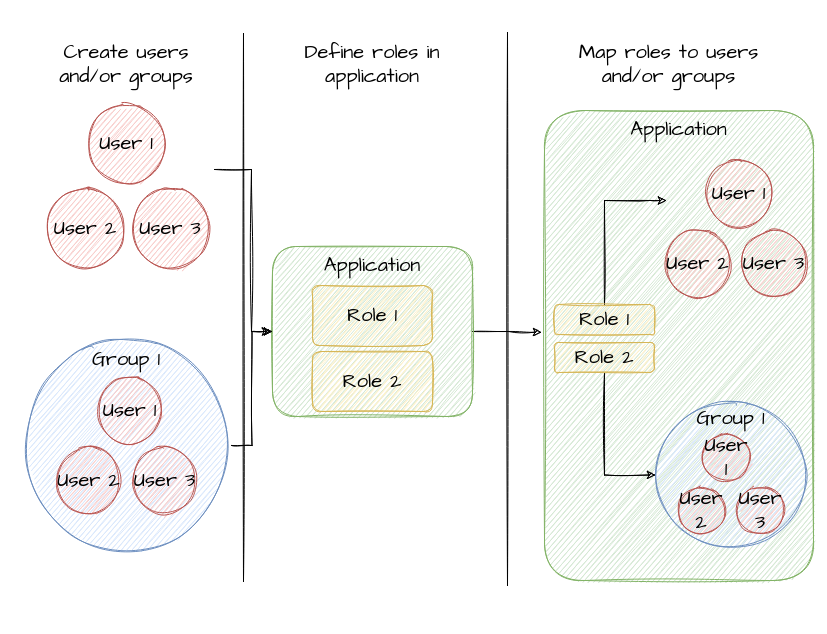
Earlier version of the draw.io export img/img48-light.png (dariodenardi/Sistemi-Distribuiti-M). Source tidied: cells renumbered, new cells last; positions are measured from the earlier drawing's top-left corner, leaving out a move shared by most shapes.
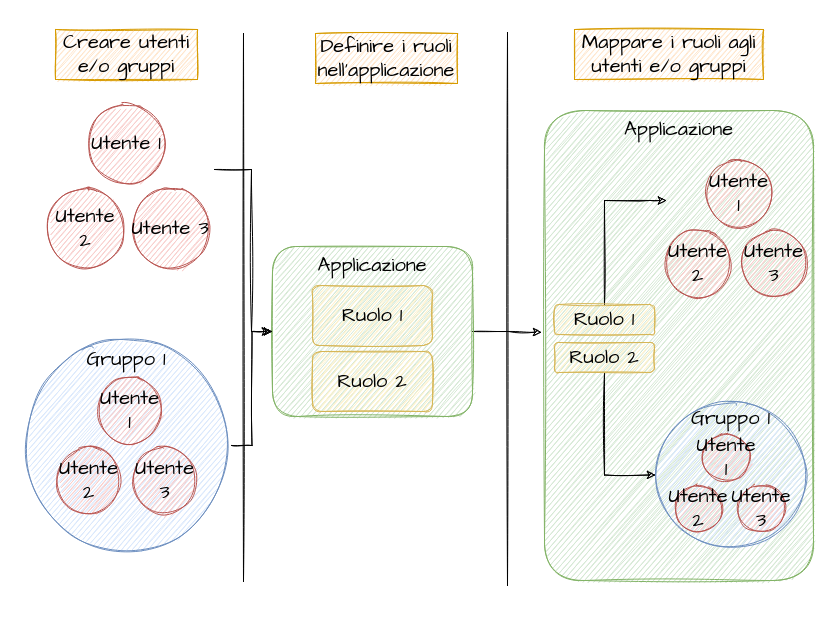
After the commit.

Change to the diagram source:
```diff
@@ -5,7 +5,7 @@
     <mxCell id="2" style="edgeStyle=orthogonalEdgeStyle;rounded=0;sketch=1;jettySize=auto;html=1;entryX=-0.011;entryY=0.472;entryDx=0;entryDy=0;entryPerimeter=0;fontFamily=Architects Daughter;fontSource=https%3A%2F%2Ffonts.googleapis.com%2Fcss%3Ffamily%3DArchitects%2BDaughter;fontSize=20;" parent="1" edge="1" source="3" target="17">
       <mxGeometry relative="1" as="geometry" />
     </mxCell>
-    <mxCell id="3" value="Application" style="rounded=1;whiteSpace=wrap;html=1;sketch=1;hachureGap=4;fontFamily=Architects Daughter;fontSource=https%3A%2F%2Ffonts.googleapis.com%2Fcss%3Ffamily%3DArchitects%2BDaughter;fontSize=20;verticalAlign=top;fillColor=#d5e8d4;strokeColor=#82b366;" parent="1" vertex="1">
+    <mxCell id="3" value="Applicazione" style="rounded=1;whiteSpace=wrap;html=1;sketch=1;hachureGap=4;fontFamily=Architects Daughter;fontSource=https%3A%2F%2Ffonts.googleapis.com%2Fcss%3Ffamily%3DArchitects%2BDaughter;fontSize=20;verticalAlign=top;fillColor=#d5e8d4;strokeColor=#82b366;" parent="1" vertex="1">
       <mxGeometry x="251" y="214" width="200" height="170" as="geometry" />
     </mxCell>
     <mxCell id="4" style="endArrow=none;html=1;rounded=0;sketch=1;" parent="1" edge="1">
@@ -20,10 +20,10 @@
         <mxPoint x="486" as="targetPoint" />
       </mxGeometry>
     </mxCell>
-    <mxCell id="6" value="User 1" style="ellipse;whiteSpace=wrap;html=1;sketch=1;fontSize=20;fontFamily=Architects Daughter;fontSource=https%3A%2F%2Ffonts.googleapis.com%2Fcss%3Ffamily%3DArchitects%2BDaughter;fillColor=#f8cecc;strokeColor=#b85450;" parent="1" vertex="1">
+    <mxCell id="6" value="Utente 1" style="ellipse;whiteSpace=wrap;html=1;sketch=1;fontSize=20;fontFamily=Architects Daughter;fontSource=https%3A%2F%2Ffonts.googleapis.com%2Fcss%3Ffamily%3DArchitects%2BDaughter;fillColor=#f8cecc;strokeColor=#b85450;" parent="1" vertex="1">
       <mxGeometry x="65" y="71" width="80" height="80" as="geometry" />
     </mxCell>
-    <mxCell id="7" value="User 2" style="ellipse;whiteSpace=wrap;html=1;sketch=1;fontSize=20;fontFamily=Architects Daughter;fontSource=https%3A%2F%2Ffonts.googleapis.com%2Fcss%3Ffamily%3DArchitects%2BDaughter;fillColor=#f8cecc;strokeColor=#b85450;" parent="1" vertex="1">
+    <mxCell id="7" value="Utente 2" style="ellipse;whiteSpace=wrap;html=1;sketch=1;fontSize=20;fontFamily=Architects Daughter;fontSource=https%3A%2F%2Ffonts.googleapis.com%2Fcss%3Ffamily%3DArchitects%2BDaughter;fillColor=#f8cecc;strokeColor=#b85450;" parent="1" vertex="1">
       <mxGeometry x="24" y="156" width="80" height="80" as="geometry" />
     </mxCell>
     <mxCell id="8" style="edgeStyle=orthogonalEdgeStyle;rounded=0;sketch=1;orthogonalLoop=1;jettySize=auto;html=1;fontFamily=Architects Daughter;fontSource=https%3A%2F%2Ffonts.googleapis.com%2Fcss%3Ffamily%3DArchitects%2BDaughter;fontSize=20;" parent="1" edge="1">
@@ -36,41 +36,41 @@
         </Array>
       </mxGeometry>
     </mxCell>
-    <mxCell id="9" value="User 3" style="ellipse;whiteSpace=wrap;html=1;sketch=1;fontSize=20;fontFamily=Architects Daughter;fontSource=https%3A%2F%2Ffonts.googleapis.com%2Fcss%3Ffamily%3DArchitects%2BDaughter;fillColor=#f8cecc;strokeColor=#b85450;" parent="1" vertex="1">
+    <mxCell id="9" value="Utente 3" style="ellipse;whiteSpace=wrap;html=1;sketch=1;fontSize=20;fontFamily=Architects Daughter;fontSource=https%3A%2F%2Ffonts.googleapis.com%2Fcss%3Ffamily%3DArchitects%2BDaughter;fillColor=#f8cecc;strokeColor=#b85450;" parent="1" vertex="1">
       <mxGeometry x="109" y="156" width="80" height="80" as="geometry" />
     </mxCell>
     <mxCell id="10" style="edgeStyle=orthogonalEdgeStyle;rounded=0;sketch=1;jettySize=auto;html=1;entryX=0;entryY=0.5;entryDx=0;entryDy=0;fontFamily=Architects Daughter;fontSource=https%3A%2F%2Ffonts.googleapis.com%2Fcss%3Ffamily%3DArchitects%2BDaughter;fontSize=20;" parent="1" edge="1" source="11" target="3">
       <mxGeometry relative="1" as="geometry" />
     </mxCell>
-    <mxCell id="11" value="Group 1" style="ellipse;whiteSpace=wrap;html=1;sketch=1;fontFamily=Architects Daughter;fontSource=https%3A%2F%2Ffonts.googleapis.com%2Fcss%3Ffamily%3DArchitects%2BDaughter;fontSize=20;verticalAlign=top;fillColor=#dae8fc;strokeColor=#6c8ebf;" parent="1" vertex="1">
+    <mxCell id="11" value="Gruppo 1" style="ellipse;whiteSpace=wrap;html=1;sketch=1;fontFamily=Architects Daughter;fontSource=https%3A%2F%2Ffonts.googleapis.com%2Fcss%3Ffamily%3DArchitects%2BDaughter;fontSize=20;verticalAlign=top;fillColor=#dae8fc;strokeColor=#6c8ebf;" parent="1" vertex="1">
       <mxGeometry y="308" width="210" height="210" as="geometry" />
     </mxCell>
-    <mxCell id="12" value="User 1" style="ellipse;whiteSpace=wrap;html=1;sketch=1;fontSize=20;fontFamily=Architects Daughter;fontSource=https%3A%2F%2Ffonts.googleapis.com%2Fcss%3Ffamily%3DArchitects%2BDaughter;fillColor=#f8cecc;strokeColor=#b85450;" parent="1" vertex="1">
+    <mxCell id="12" value="Utente 1" style="ellipse;whiteSpace=wrap;html=1;sketch=1;fontSize=20;fontFamily=Architects Daughter;fontSource=https%3A%2F%2Ffonts.googleapis.com%2Fcss%3Ffamily%3DArchitects%2BDaughter;fillColor=#f8cecc;strokeColor=#b85450;" parent="1" vertex="1">
       <mxGeometry x="75.5" y="345.5" width="65" height="65" as="geometry" />
     </mxCell>
-    <mxCell id="13" value="User 2" style="ellipse;whiteSpace=wrap;html=1;sketch=1;fontSize=20;fontFamily=Architects Daughter;fontSource=https%3A%2F%2Ffonts.googleapis.com%2Fcss%3Ffamily%3DArchitects%2BDaughter;fillColor=#f8cecc;strokeColor=#b85450;" parent="1" vertex="1">
+    <mxCell id="13" value="Utente 2" style="ellipse;whiteSpace=wrap;html=1;sketch=1;fontSize=20;fontFamily=Architects Daughter;fontSource=https%3A%2F%2Ffonts.googleapis.com%2Fcss%3Ffamily%3DArchitects%2BDaughter;fillColor=#f8cecc;strokeColor=#b85450;" parent="1" vertex="1">
       <mxGeometry x="34.5" y="415.5" width="65" height="65" as="geometry" />
     </mxCell>
-    <mxCell id="14" value="User 3" style="ellipse;whiteSpace=wrap;html=1;sketch=1;fontSize=20;fontFamily=Architects Daughter;fontSource=https%3A%2F%2Ffonts.googleapis.com%2Fcss%3Ffamily%3DArchitects%2BDaughter;fillColor=#f8cecc;strokeColor=#b85450;" parent="1" vertex="1">
+    <mxCell id="14" value="Utente 3" style="ellipse;whiteSpace=wrap;html=1;sketch=1;fontSize=20;fontFamily=Architects Daughter;fontSource=https%3A%2F%2Ffonts.googleapis.com%2Fcss%3Ffamily%3DArchitects%2BDaughter;fillColor=#f8cecc;strokeColor=#b85450;" parent="1" vertex="1">
       <mxGeometry x="110.5" y="415.5" width="65" height="65" as="geometry" />
     </mxCell>
-    <mxCell id="15" value="Role 1" style="rounded=1;whiteSpace=wrap;html=1;sketch=1;fontFamily=Architects Daughter;fontSource=https%3A%2F%2Ffonts.googleapis.com%2Fcss%3Ffamily%3DArchitects%2BDaughter;fontSize=20;fillColor=#fff2cc;strokeColor=#d6b656;" parent="1" vertex="1">
+    <mxCell id="15" value="Ruolo 1" style="rounded=1;whiteSpace=wrap;html=1;sketch=1;fontFamily=Architects Daughter;fontSource=https%3A%2F%2Ffonts.googleapis.com%2Fcss%3Ffamily%3DArchitects%2BDaughter;fontSize=20;fillColor=#fff2cc;strokeColor=#d6b656;" parent="1" vertex="1">
       <mxGeometry x="291" y="253" width="120" height="60" as="geometry" />
     </mxCell>
-    <mxCell id="16" value="Role 2" style="rounded=1;whiteSpace=wrap;html=1;sketch=1;fontFamily=Architects Daughter;fontSource=https%3A%2F%2Ffonts.googleapis.com%2Fcss%3Ffamily%3DArchitects%2BDaughter;fontSize=20;fillColor=#fff2cc;strokeColor=#d6b656;" parent="1" vertex="1">
+    <mxCell id="16" value="Ruolo 2" style="rounded=1;whiteSpace=wrap;html=1;sketch=1;fontFamily=Architects Daughter;fontSource=https%3A%2F%2Ffonts.googleapis.com%2Fcss%3Ffamily%3DArchitects%2BDaughter;fontSize=20;fillColor=#fff2cc;strokeColor=#d6b656;" parent="1" vertex="1">
       <mxGeometry x="291" y="319" width="120" height="60" as="geometry" />
     </mxCell>
-    <mxCell id="17" value="Application" style="rounded=1;whiteSpace=wrap;html=1;sketch=1;hachureGap=4;fontFamily=Architects Daughter;fontSource=https%3A%2F%2Ffonts.googleapis.com%2Fcss%3Ffamily%3DArchitects%2BDaughter;fontSize=20;verticalAlign=top;fillColor=#d5e8d4;strokeColor=#82b366;" parent="1" vertex="1">
+    <mxCell id="17" value="Applicazione" style="rounded=1;whiteSpace=wrap;html=1;sketch=1;hachureGap=4;fontFamily=Architects Daughter;fontSource=https%3A%2F%2Ffonts.googleapis.com%2Fcss%3Ffamily%3DArchitects%2BDaughter;fontSize=20;verticalAlign=top;fillColor=#d5e8d4;strokeColor=#82b366;" parent="1" vertex="1">
       <mxGeometry x="523" y="78" width="269" height="470" as="geometry" />
     </mxCell>
-    <mxCell id="18" value="Create users and/or groups" style="text;html=1;strokeColor=none;fillColor=none;align=center;verticalAlign=middle;whiteSpace=wrap;rounded=0;sketch=1;fontFamily=Architects Daughter;fontSource=https%3A%2F%2Ffonts.googleapis.com%2Fcss%3Ffamily%3DArchitects%2BDaughter;fontSize=20;" parent="1" vertex="1">
-      <mxGeometry x="34" y="17" width="142" height="30" as="geometry" />
+    <mxCell id="18" value="Creare utenti e/o gruppi" style="text;html=1;strokeColor=#d79b00;fillColor=#ffe6cc;align=center;verticalAlign=middle;whiteSpace=wrap;rounded=0;sketch=1;fontFamily=Architects Daughter;fontSource=https%3A%2F%2Ffonts.googleapis.com%2Fcss%3Ffamily%3DArchitects%2BDaughter;fontSize=20;labelBackgroundColor=none;labelBorderColor=none;" parent="1" vertex="1">
+      <mxGeometry x="34" y="-3" width="142" height="50" as="geometry" />
     </mxCell>
-    <mxCell id="19" value="Define roles in application" style="text;html=1;strokeColor=none;fillColor=none;align=center;verticalAlign=middle;whiteSpace=wrap;rounded=0;sketch=1;fontFamily=Architects Daughter;fontSource=https%3A%2F%2Ffonts.googleapis.com%2Fcss%3Ffamily%3DArchitects%2BDaughter;fontSize=20;" parent="1" vertex="1">
-      <mxGeometry x="280" y="17" width="142" height="30" as="geometry" />
+    <mxCell id="19" value="Definire i ruoli nell'applicazione" style="text;html=1;strokeColor=#d79b00;fillColor=#ffe6cc;align=center;verticalAlign=middle;whiteSpace=wrap;rounded=0;sketch=1;fontFamily=Architects Daughter;fontSource=https%3A%2F%2Ffonts.googleapis.com%2Fcss%3Ffamily%3DArchitects%2BDaughter;fontSize=20;" parent="1" vertex="1">
+      <mxGeometry x="294" y="1" width="142" height="50" as="geometry" />
     </mxCell>
-    <mxCell id="20" value="Map roles to users and/or groups" style="text;html=1;strokeColor=none;fillColor=none;align=center;verticalAlign=middle;whiteSpace=wrap;rounded=0;sketch=1;fontFamily=Architects Daughter;fontSource=https%3A%2F%2Ffonts.googleapis.com%2Fcss%3Ffamily%3DArchitects%2BDaughter;fontSize=20;" parent="1" vertex="1">
-      <mxGeometry x="553" y="17" width="189" height="30" as="geometry" />
+    <mxCell id="20" value="Mappare i ruoli agli utenti e/o gruppi" style="text;html=1;strokeColor=#d79b00;fillColor=#ffe6cc;align=center;verticalAlign=middle;whiteSpace=wrap;rounded=0;sketch=1;fontFamily=Architects Daughter;fontSource=https%3A%2F%2Ffonts.googleapis.com%2Fcss%3Ffamily%3DArchitects%2BDaughter;fontSize=20;" parent="1" vertex="1">
+      <mxGeometry x="553" y="-3" width="189" height="50" as="geometry" />
     </mxCell>
     <mxCell id="21" style="edgeStyle=orthogonalEdgeStyle;rounded=0;sketch=1;jettySize=auto;html=1;exitX=0.5;exitY=0;exitDx=0;exitDy=0;fontFamily=Architects Daughter;fontSource=https%3A%2F%2Ffonts.googleapis.com%2Fcss%3Ffamily%3DArchitects%2BDaughter;fontSize=20;" parent="1" edge="1" source="22">
       <mxGeometry relative="1" as="geometry">
@@ -81,7 +81,7 @@
         </Array>
       </mxGeometry>
     </mxCell>
-    <mxCell id="22" value="Role 1" style="rounded=1;whiteSpace=wrap;html=1;sketch=1;fontFamily=Architects Daughter;fontSource=https%3A%2F%2Ffonts.googleapis.com%2Fcss%3Ffamily%3DArchitects%2BDaughter;fontSize=20;fillColor=#fff2cc;strokeColor=#d6b656;" parent="1" vertex="1">
+    <mxCell id="22" value="Ruolo 1" style="rounded=1;whiteSpace=wrap;html=1;sketch=1;fontFamily=Architects Daughter;fontSource=https%3A%2F%2Ffonts.googleapis.com%2Fcss%3Ffamily%3DArchitects%2BDaughter;fontSize=20;fillColor=#fff2cc;strokeColor=#d6b656;" parent="1" vertex="1">
       <mxGeometry x="533" y="272" width="100" height="30" as="geometry" />
     </mxCell>
     <mxCell id="23" style="edgeStyle=orthogonalEdgeStyle;rounded=0;sketch=1;jettySize=auto;html=1;entryX=0;entryY=0.5;entryDx=0;entryDy=0;fontFamily=Architects Daughter;fontSource=https%3A%2F%2Ffonts.googleapis.com%2Fcss%3Ffamily%3DArchitects%2BDaughter;fontSize=20;" parent="1" edge="1" source="24" target="28">
@@ -91,29 +91,29 @@
         </Array>
       </mxGeometry>
     </mxCell>
-    <mxCell id="24" value="Role 2" style="rounded=1;whiteSpace=wrap;html=1;sketch=1;fontFamily=Architects Daughter;fontSource=https%3A%2F%2Ffonts.googleapis.com%2Fcss%3Ffamily%3DArchitects%2BDaughter;fontSize=20;fillColor=#fff2cc;strokeColor=#d6b656;" parent="1" vertex="1">
+    <mxCell id="24" value="Ruolo 2" style="rounded=1;whiteSpace=wrap;html=1;sketch=1;fontFamily=Architects Daughter;fontSource=https%3A%2F%2Ffonts.googleapis.com%2Fcss%3Ffamily%3DArchitects%2BDaughter;fontSize=20;fillColor=#fff2cc;strokeColor=#d6b656;" parent="1" vertex="1">
       <mxGeometry x="533" y="310" width="100" height="30" as="geometry" />
     </mxCell>
-    <mxCell id="25" value="User 1" style="ellipse;whiteSpace=wrap;html=1;sketch=1;fontSize=20;fontFamily=Architects Daughter;fontSource=https%3A%2F%2Ffonts.googleapis.com%2Fcss%3Ffamily%3DArchitects%2BDaughter;fillColor=#f8cecc;strokeColor=#b85450;" parent="1" vertex="1">
+    <mxCell id="25" value="Utente 1" style="ellipse;whiteSpace=wrap;html=1;sketch=1;fontSize=20;fontFamily=Architects Daughter;fontSource=https%3A%2F%2Ffonts.googleapis.com%2Fcss%3Ffamily%3DArchitects%2BDaughter;fillColor=#f8cecc;strokeColor=#b85450;" parent="1" vertex="1">
       <mxGeometry x="685" y="128.5" width="65" height="65" as="geometry" />
     </mxCell>
-    <mxCell id="26" value="User 2" style="ellipse;whiteSpace=wrap;html=1;sketch=1;fontSize=20;fontFamily=Architects Daughter;fontSource=https%3A%2F%2Ffonts.googleapis.com%2Fcss%3Ffamily%3DArchitects%2BDaughter;fillColor=#f8cecc;strokeColor=#b85450;" parent="1" vertex="1">
+    <mxCell id="26" value="Utente 2" style="ellipse;whiteSpace=wrap;html=1;sketch=1;fontSize=20;fontFamily=Architects Daughter;fontSource=https%3A%2F%2Ffonts.googleapis.com%2Fcss%3Ffamily%3DArchitects%2BDaughter;fillColor=#f8cecc;strokeColor=#b85450;" parent="1" vertex="1">
       <mxGeometry x="644" y="198.5" width="65" height="65" as="geometry" />
     </mxCell>
-    <mxCell id="27" value="User 3" style="ellipse;whiteSpace=wrap;html=1;sketch=1;fontSize=20;fontFamily=Architects Daughter;fontSource=https%3A%2F%2Ffonts.googleapis.com%2Fcss%3Ffamily%3DArchitects%2BDaughter;fillColor=#f8cecc;strokeColor=#b85450;" parent="1" vertex="1">
+    <mxCell id="27" value="Utente 3" style="ellipse;whiteSpace=wrap;html=1;sketch=1;fontSize=20;fontFamily=Architects Daughter;fontSource=https%3A%2F%2Ffonts.googleapis.com%2Fcss%3Ffamily%3DArchitects%2BDaughter;fillColor=#f8cecc;strokeColor=#b85450;" parent="1" vertex="1">
       <mxGeometry x="720" y="198.5" width="65" height="65" as="geometry" />
     </mxCell>
-    <mxCell id="28" value="Group 1" style="ellipse;whiteSpace=wrap;html=1;sketch=1;fontFamily=Architects Daughter;fontSource=https%3A%2F%2Ffonts.googleapis.com%2Fcss%3Ffamily%3DArchitects%2BDaughter;fontSize=20;verticalAlign=top;fillColor=#dae8fc;strokeColor=#6c8ebf;" parent="1" vertex="1">
+    <mxCell id="28" value="Gruppo 1" style="ellipse;whiteSpace=wrap;html=1;sketch=1;fontFamily=Architects Daughter;fontSource=https%3A%2F%2Ffonts.googleapis.com%2Fcss%3Ffamily%3DArchitects%2BDaughter;fontSize=20;verticalAlign=top;fillColor=#dae8fc;strokeColor=#6c8ebf;" parent="1" vertex="1">
       <mxGeometry x="634" y="367" width="151" height="151" as="geometry" />
     </mxCell>
-    <mxCell id="29" value="User 1" style="ellipse;whiteSpace=wrap;html=1;sketch=1;fontSize=20;fontFamily=Architects Daughter;fontSource=https%3A%2F%2Ffonts.googleapis.com%2Fcss%3Ffamily%3DArchitects%2BDaughter;fillColor=#f8cecc;strokeColor=#b85450;" parent="1" vertex="1">
+    <mxCell id="29" value="Utente 1" style="ellipse;whiteSpace=wrap;html=1;sketch=1;fontSize=20;fontFamily=Architects Daughter;fontSource=https%3A%2F%2Ffonts.googleapis.com%2Fcss%3Ffamily%3DArchitects%2BDaughter;fillColor=#f8cecc;strokeColor=#b85450;" parent="1" vertex="1">
       <mxGeometry x="681" y="401" width="48" height="48" as="geometry" />
     </mxCell>
-    <mxCell id="30" value="User 2" style="ellipse;whiteSpace=wrap;html=1;sketch=1;fontSize=20;fontFamily=Architects Daughter;fontSource=https%3A%2F%2Ffonts.googleapis.com%2Fcss%3Ffamily%3DArchitects%2BDaughter;fillColor=#f8cecc;strokeColor=#b85450;" parent="1" vertex="1">
-      <mxGeometry x="656" y="454" width="48" height="48" as="geometry" />
+    <mxCell id="30" value="Utente 2" style="ellipse;whiteSpace=wrap;html=1;sketch=1;fontSize=20;fontFamily=Architects Daughter;fontSource=https%3A%2F%2Ffonts.googleapis.com%2Fcss%3Ffamily%3DArchitects%2BDaughter;fillColor=#f8cecc;strokeColor=#b85450;" parent="1" vertex="1">
+      <mxGeometry x="653" y="452" width="48" height="48" as="geometry" />
     </mxCell>
-    <mxCell id="31" value="User 3" style="ellipse;whiteSpace=wrap;html=1;sketch=1;fontSize=20;fontFamily=Architects Daughter;fontSource=https%3A%2F%2Ffonts.googleapis.com%2Fcss%3Ffamily%3DArchitects%2BDaughter;fillColor=#f8cecc;strokeColor=#b85450;" parent="1" vertex="1">
-      <mxGeometry x="715" y="454" width="48" height="48" as="geometry" />
+    <mxCell id="31" value="Utente 3" style="ellipse;whiteSpace=wrap;html=1;sketch=1;fontSize=20;fontFamily=Architects Daughter;fontSource=https%3A%2F%2Ffonts.googleapis.com%2Fcss%3Ffamily%3DArchitects%2BDaughter;fillColor=#f8cecc;strokeColor=#b85450;" parent="1" vertex="1">
+      <mxGeometry x="716" y="452" width="48" height="48" as="geometry" />
     </mxCell>
   </root>
 </mxGraphModel>
```
